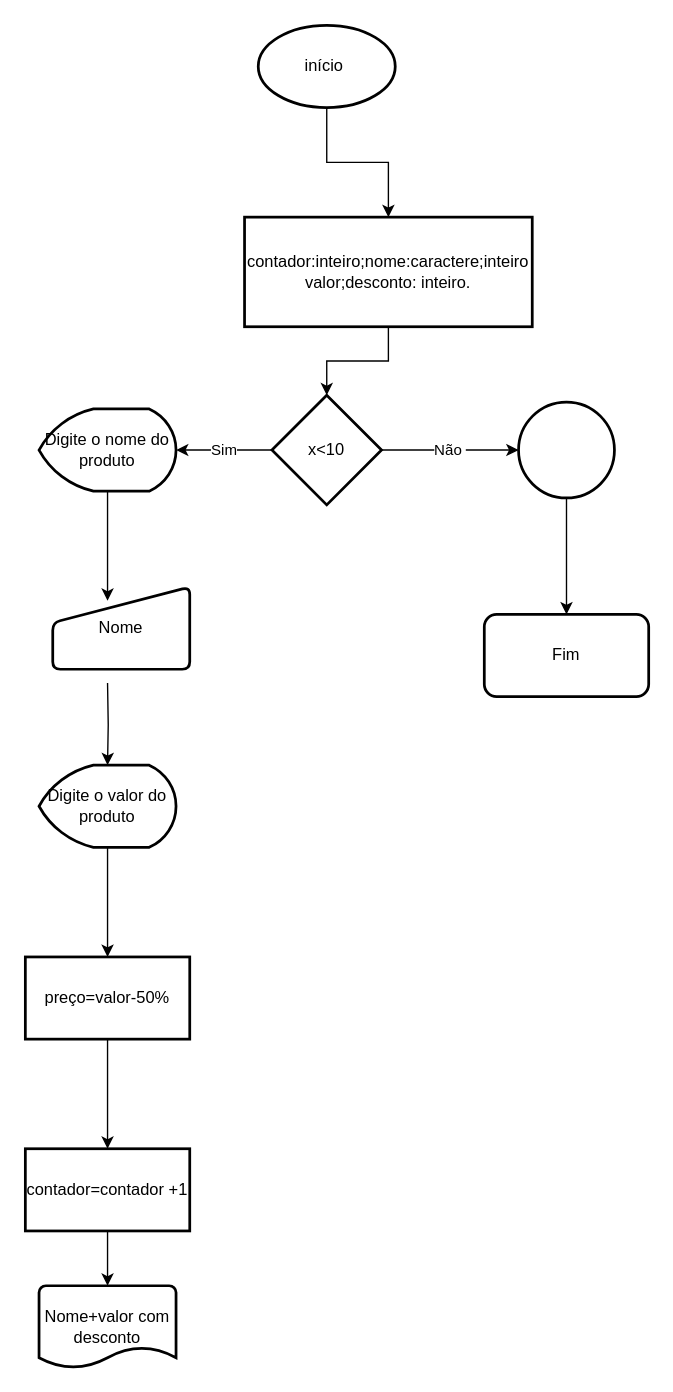
This is Untitled Diagram.drawio from KassiaLet/deviniciante, a draw.io file, before an edit. Source tidied: cells renumbered, new cells numbered last; positions are measured from the earlier drawing's top-left corner, leaving out a move shared by most shapes. Both pictures are drawn from the tidied source at 137%, with x=0, y=0 at pixel (25, 25).
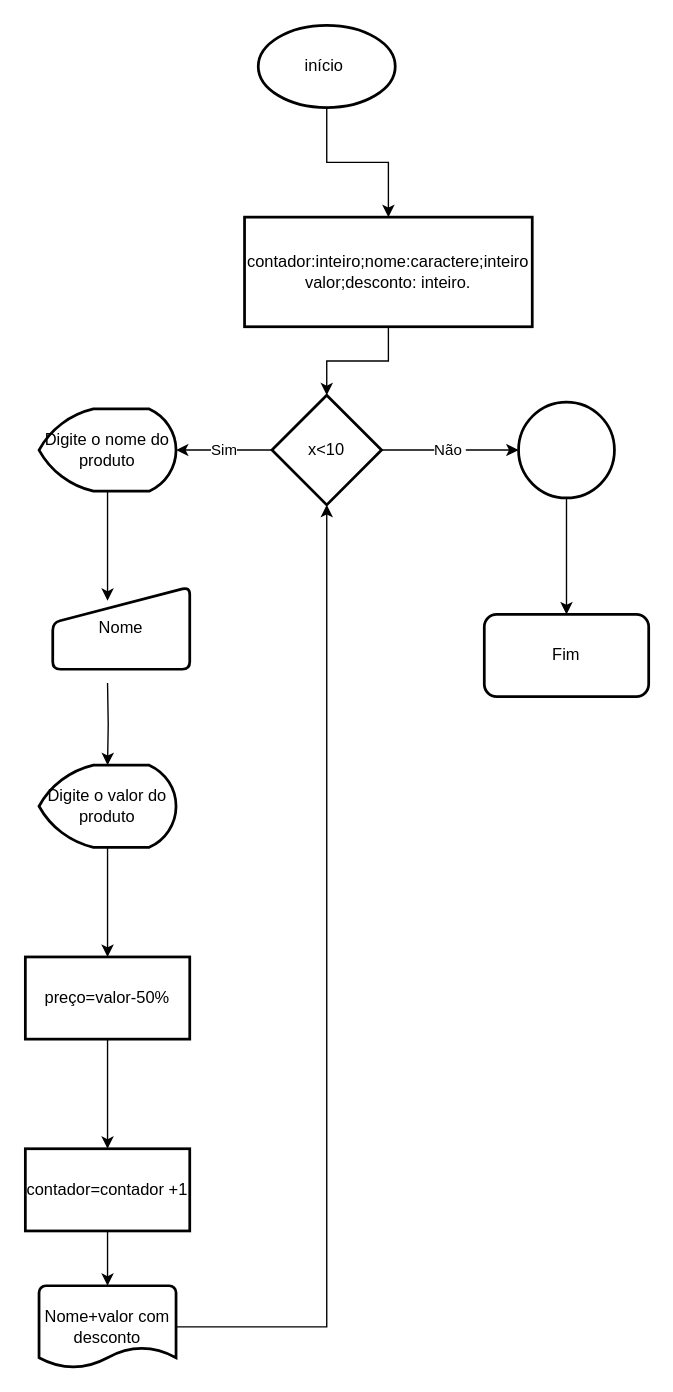
The same page after the edit.

Unchanged cells that the change refers to:
```xml
<mxCell id="8" value="x&amp;lt;10" style="rhombus;whiteSpace=wrap;html=1;strokeWidth=2;" parent="1" vertex="1">
  <mxGeometry x="180" y="270" width="80" height="80" as="geometry" />
</mxCell>
<mxCell id="22" value="Nome+valor com desconto" style="strokeWidth=2;html=1;shape=mxgraph.flowchart.document2;whiteSpace=wrap;size=0.25;" parent="1" vertex="1">
  <mxGeometry x="10" y="920" width="100" height="60" as="geometry" />
</mxCell>
```

The edit, as a diff of the source:
```diff
@@
+    <mxCell id="23" style="edgeStyle=orthogonalEdgeStyle;rounded=0;jettySize=auto;html=1;entryX=0.5;entryY=1;entryDx=0;entryDy=0;" parent="1" edge="1" source="22" target="8">
+      <mxGeometry relative="1" as="geometry">
+        <Array as="points">
+          <mxPoint x="220" y="950" />
+        </Array>
+      </mxGeometry>
+    </mxCell>
```
